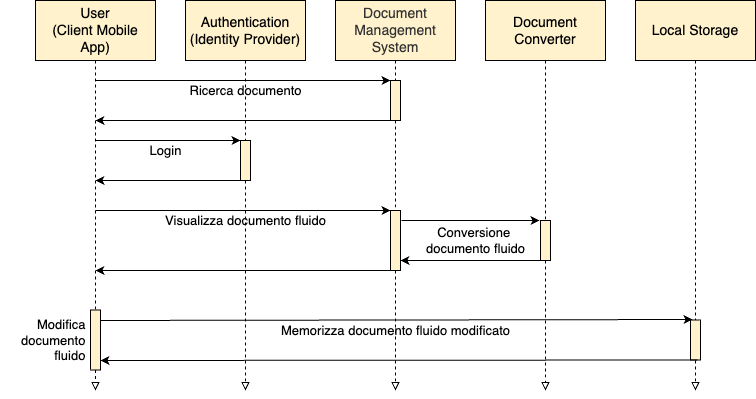
Earlier version of the draw.io export img/tesi-2-Use-case2.drawio.png (paganellif/tesi-paganelli). Source tidied: cells renumbered, new cells last; positions are measured from the earlier drawing's top-left corner, leaving out a move shared by most shapes.
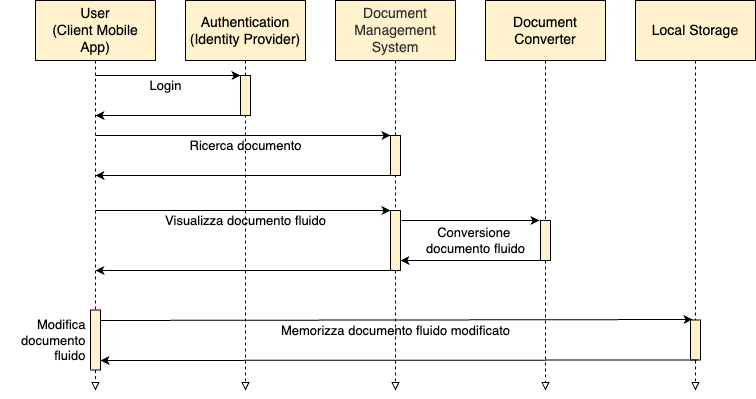
The same diagram one commit later.

Change to the diagram source:
```diff
@@ -7,7 +7,7 @@
         <mxPoint x="95" y="390" as="targetPoint" />
       </mxGeometry>
     </mxCell>
-    <mxCell id="3" style="edgeStyle=none;rounded=0;jettySize=auto;html=1;endArrow=block;endFill=0;dashed=1;strokeWidth=1;exitX=0.5;exitY=1;exitDx=0;exitDy=0;startArrow=none;strokeColor=#000000;fontSize=13;" parent="1" edge="1" source="7">
+    <mxCell id="3" style="edgeStyle=none;rounded=0;jettySize=auto;html=1;endArrow=block;endFill=0;dashed=1;strokeWidth=1;exitX=0.5;exitY=1;exitDx=0;exitDy=0;startArrow=none;strokeColor=#000000;fontSize=13;" parent="1" edge="1" source="34">
       <mxGeometry relative="1" as="geometry">
         <mxPoint x="245" y="390" as="targetPoint" />
       </mxGeometry>
@@ -28,29 +28,6 @@
         <mxPoint x="695" y="390" as="targetPoint" />
       </mxGeometry>
     </mxCell>
-    <mxCell id="7" style="rounded=0;whiteSpace=wrap;html=1;fillColor=#fff2cc;strokeColor=#000000;fontSize=13;" parent="1" vertex="1">
-      <mxGeometry x="240" y="140" width="10" height="40" as="geometry" />
-    </mxCell>
-    <mxCell id="8" style="edgeStyle=none;rounded=0;jettySize=auto;html=1;endArrow=none;endFill=0;dashed=1;strokeWidth=1;exitX=0.5;exitY=1;exitDx=0;exitDy=0;fontSize=13;" parent="1" edge="1" target="7">
-      <mxGeometry relative="1" as="geometry">
-        <mxPoint x="245" y="60" as="sourcePoint" />
-      </mxGeometry>
-    </mxCell>
-    <mxCell id="9" style="endArrow=classic;html=1;rounded=0;strokeWidth=1;strokeColor=#000000;fontSize=13;" parent="1" edge="1">
-      <mxGeometry relative="1" as="geometry">
-        <mxPoint x="95" y="140" as="sourcePoint" />
-        <mxPoint x="240" y="140" as="targetPoint" />
-      </mxGeometry>
-    </mxCell>
-    <mxCell id="10" style="endArrow=none;html=1;rounded=0;strokeWidth=1;startArrow=classic;startFill=1;endFill=0;strokeColor=#000000;fontSize=13;" parent="1" edge="1">
-      <mxGeometry relative="1" as="geometry">
-        <mxPoint x="95" y="180" as="sourcePoint" />
-        <mxPoint x="240" y="180" as="targetPoint" />
-      </mxGeometry>
-    </mxCell>
-    <mxCell id="11" value="Login" style="text;html=1;align=center;verticalAlign=middle;strokeColor=none;fillColor=none;fontSize=13;" parent="1" vertex="1">
-      <mxGeometry x="135" y="135" width="60" height="30" as="geometry" />
-    </mxCell>
     <mxCell id="12" style="rounded=0;whiteSpace=wrap;html=1;fillColor=#FFF2CC;fontColor=#333333;strokeColor=#000000;fontSize=13;" parent="1" vertex="1">
       <mxGeometry x="390" y="210" width="10" height="60" as="geometry" />
     </mxCell>
@@ -119,22 +96,22 @@
       <mxGeometry x="270" y="314.5" width="250" height="30" as="geometry" />
     </mxCell>
     <mxCell id="27" style="rounded=0;whiteSpace=wrap;html=1;fillColor=#FFF2CC;fontColor=#333333;strokeColor=#000000;fontSize=13;" parent="1" vertex="1">
-      <mxGeometry x="390" y="80" width="10" height="40" as="geometry" />
+      <mxGeometry x="390" y="135" width="10" height="40" as="geometry" />
     </mxCell>
     <mxCell id="28" style="endArrow=none;html=1;rounded=0;strokeWidth=1;startArrow=classic;startFill=1;endFill=0;strokeColor=#000000;fontSize=13;" parent="1" edge="1">
       <mxGeometry relative="1" as="geometry">
-        <mxPoint x="390" y="80" as="sourcePoint" />
-        <mxPoint x="95" y="80" as="targetPoint" />
+        <mxPoint x="390" y="135" as="sourcePoint" />
+        <mxPoint x="95" y="135" as="targetPoint" />
       </mxGeometry>
     </mxCell>
     <mxCell id="29" style="endArrow=none;html=1;rounded=0;strokeWidth=1;startArrow=classic;startFill=1;endFill=0;fontSize=13;" parent="1" edge="1">
       <mxGeometry relative="1" as="geometry">
-        <mxPoint x="95" y="120" as="sourcePoint" />
-        <mxPoint x="390" y="120" as="targetPoint" />
+        <mxPoint x="95" y="175" as="sourcePoint" />
+        <mxPoint x="390" y="175" as="targetPoint" />
       </mxGeometry>
     </mxCell>
     <mxCell id="30" value="Ricerca documento" style="text;html=1;align=center;verticalAlign=middle;strokeColor=none;fillColor=none;fontSize=13;" parent="1" vertex="1">
-      <mxGeometry x="175" y="75" width="140" height="30" as="geometry" />
+      <mxGeometry x="175" y="130" width="140" height="30" as="geometry" />
     </mxCell>
     <mxCell id="31" style="rounded=0;whiteSpace=wrap;html=1;fillColor=#FFF2CC;strokeColor=#000000;fontSize=13;" parent="1" vertex="1">
       <mxGeometry x="90" y="309.5" width="10" height="60" as="geometry" />
@@ -159,5 +136,23 @@
     <mxCell id="37" value="Local Storage" style="rounded=0;whiteSpace=wrap;html=1;fontSize=14;strokeColor=#000000;fillColor=#FFF2CC;" parent="1" vertex="1">
       <mxGeometry x="635" width="120" height="60" as="geometry" />
     </mxCell>
+    <mxCell id="38" style="rounded=0;whiteSpace=wrap;html=1;fillColor=#fff2cc;strokeColor=#000000;fontSize=13;" parent="1" vertex="1">
+      <mxGeometry x="240" y="75" width="10" height="40" as="geometry" />
+    </mxCell>
+    <mxCell id="39" style="endArrow=classic;html=1;rounded=0;strokeWidth=1;strokeColor=#000000;fontSize=13;" parent="1" edge="1">
+      <mxGeometry relative="1" as="geometry">
+        <mxPoint x="95" y="75" as="sourcePoint" />
+        <mxPoint x="240" y="75" as="targetPoint" />
+      </mxGeometry>
+    </mxCell>
+    <mxCell id="40" style="endArrow=none;html=1;rounded=0;strokeWidth=1;startArrow=classic;startFill=1;endFill=0;strokeColor=#000000;fontSize=13;" parent="1" edge="1">
+      <mxGeometry relative="1" as="geometry">
+        <mxPoint x="95" y="115" as="sourcePoint" />
+        <mxPoint x="240" y="115" as="targetPoint" />
+      </mxGeometry>
+    </mxCell>
+    <mxCell id="11" value="Login" style="text;html=1;align=center;verticalAlign=middle;strokeColor=none;fillColor=none;fontSize=13;" parent="1" vertex="1">
+      <mxGeometry x="135" y="70" width="60" height="30" as="geometry" />
+    </mxCell>
   </root>
 </mxGraphModel>
```
